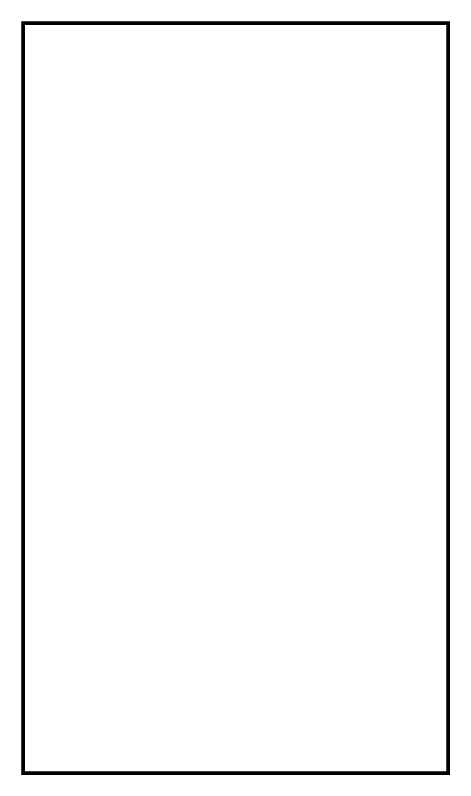
The draw.io diagram page "Homepage - Above the fold" (1 of 2) of Mobile.drawio in rvkroots/wireframe, before the edit. Source tidied: cells renumbered, new cells numbered last; positions are measured from the earlier drawing's top-left corner, leaving out a move shared by most shapes. Both pictures are drawn from the tidied source at 125%, with x=0, y=0 at pixel (22, 22).
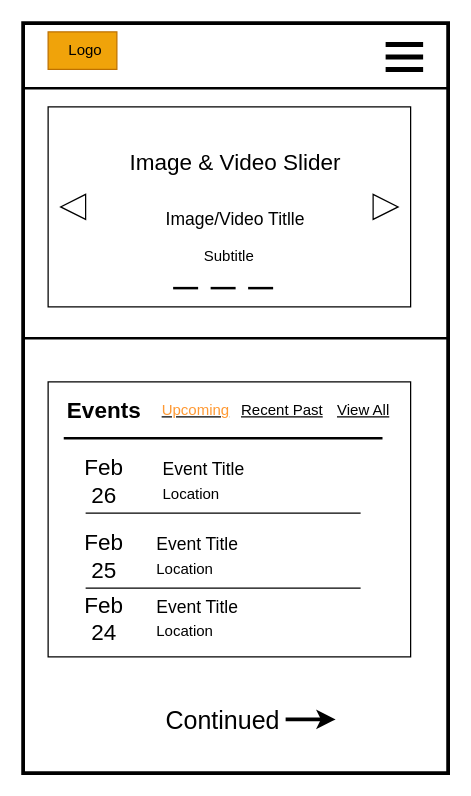
After the change.

Change to the diagram source:
```diff
@@
+    <mxCell id="3" style="rounded=0;whiteSpace=wrap;html=1;" parent="1" vertex="1">
+      <mxGeometry x="20" y="67" width="290" height="160" as="geometry" />
+    </mxCell>
+    <mxCell id="4" value="&lt;font style=&quot;font-size: 18px&quot;&gt;Image &amp;amp; Video Slider&lt;/font&gt;" style="text;html=1;strokeColor=none;fillColor=none;align=center;verticalAlign=middle;whiteSpace=wrap;rounded=0;" parent="1" vertex="1">
+      <mxGeometry x="80" y="87" width="180" height="50" as="geometry" />
+    </mxCell>
+    <mxCell id="5" value="&lt;font style=&quot;font-size: 14px&quot;&gt;Image/Video Titlle&lt;/font&gt;" style="text;html=1;strokeColor=none;fillColor=none;align=center;verticalAlign=middle;whiteSpace=wrap;rounded=0;" parent="1" vertex="1">
+      <mxGeometry x="80" y="137" width="180" height="40" as="geometry" />
+    </mxCell>
+    <mxCell id="6" value="&lt;span&gt;Subtitle&lt;/span&gt;" style="text;html=1;strokeColor=none;fillColor=none;align=center;verticalAlign=middle;whiteSpace=wrap;rounded=0;" parent="1" vertex="1">
+      <mxGeometry x="145" y="177" width="40" height="20" as="geometry" />
+    </mxCell>
+    <mxCell id="7" style="line;strokeWidth=2;html=1;" parent="1" vertex="1">
+      <mxGeometry x="120" y="207" width="20" height="10" as="geometry" />
+    </mxCell>
+    <mxCell id="8" style="line;strokeWidth=2;html=1;" parent="1" vertex="1">
+      <mxGeometry x="150" y="207" width="20" height="10" as="geometry" />
+    </mxCell>
+    <mxCell id="9" style="line;strokeWidth=2;html=1;" parent="1" vertex="1">
+      <mxGeometry x="180" y="207" width="20" height="10" as="geometry" />
+    </mxCell>
+    <mxCell id="10" style="triangle;whiteSpace=wrap;html=1;" parent="1" vertex="1">
+      <mxGeometry x="280" y="137" width="20" height="20" as="geometry" />
+    </mxCell>
+    <mxCell id="11" style="triangle;whiteSpace=wrap;html=1;direction=west;" parent="1" vertex="1">
+      <mxGeometry x="30" y="137" width="20" height="20" as="geometry" />
+    </mxCell>
+    <mxCell id="12" style="line;strokeWidth=2;html=1;" parent="1" vertex="1">
+      <mxGeometry y="247" width="340" height="10" as="geometry" />
+    </mxCell>
+    <mxCell id="13" style="rounded=0;whiteSpace=wrap;html=1;" parent="1" vertex="1">
+      <mxGeometry x="20" y="287" width="290" height="220" as="geometry" />
+    </mxCell>
+    <mxCell id="14" style="line;strokeWidth=2;html=1;" parent="1" vertex="1">
+      <mxGeometry x="32.5" y="327" width="255" height="10" as="geometry" />
+    </mxCell>
+    <mxCell id="15" value="&lt;b&gt;&lt;font style=&quot;font-size: 18px&quot;&gt;Events&lt;/font&gt;&lt;/b&gt;" style="text;html=1;strokeColor=none;fillColor=none;align=center;verticalAlign=middle;whiteSpace=wrap;rounded=0;" parent="1" vertex="1">
+      <mxGeometry x="40" y="300" width="50" height="20" as="geometry" />
+    </mxCell>
+    <mxCell id="16" value="&lt;u&gt;&lt;font color=&quot;#ff9933&quot;&gt;Upcoming&lt;/font&gt;&lt;/u&gt;&amp;nbsp;" style="text;html=1;strokeColor=none;fillColor=none;align=center;verticalAlign=middle;whiteSpace=wrap;rounded=0;" parent="1" vertex="1">
+      <mxGeometry x="120" y="300" width="40" height="20" as="geometry" />
+    </mxCell>
+    <mxCell id="17" value="&lt;u&gt;Recent Past&lt;/u&gt;" style="text;html=1;strokeColor=none;fillColor=none;align=center;verticalAlign=middle;whiteSpace=wrap;rounded=0;" parent="1" vertex="1">
+      <mxGeometry x="170" y="300" width="75" height="20" as="geometry" />
+    </mxCell>
+    <mxCell id="18" value="&lt;u&gt;View All&lt;/u&gt;" style="text;html=1;strokeColor=none;fillColor=none;align=center;verticalAlign=middle;whiteSpace=wrap;rounded=0;" parent="1" vertex="1">
+      <mxGeometry x="235" y="300" width="75" height="20" as="geometry" />
+    </mxCell>
+    <mxCell id="19" style="line;strokeWidth=1;html=1;" parent="1" vertex="1">
+      <mxGeometry x="50" y="387" width="220" height="10" as="geometry" />
+    </mxCell>
+    <mxCell id="20" value="&lt;font style=&quot;font-size: 18px&quot;&gt;Feb&lt;br&gt;26&lt;/font&gt;" style="text;html=1;strokeColor=none;fillColor=none;align=center;verticalAlign=middle;whiteSpace=wrap;rounded=0;" parent="1" vertex="1">
+      <mxGeometry x="45" y="357" width="40" height="20" as="geometry" />
+    </mxCell>
+    <mxCell id="21" value="&lt;font style=&quot;font-size: 14px&quot;&gt;Event Title&lt;/font&gt;" style="text;html=1;strokeColor=none;fillColor=none;align=left;verticalAlign=middle;whiteSpace=wrap;rounded=0;" parent="1" vertex="1">
+      <mxGeometry x="110" y="347" width="80" height="20" as="geometry" />
+    </mxCell>
+    <mxCell id="22" value="&lt;font style=&quot;font-size: 12px&quot;&gt;Location&lt;/font&gt;" style="text;html=1;strokeColor=none;fillColor=none;align=left;verticalAlign=middle;whiteSpace=wrap;rounded=0;" parent="1" vertex="1">
+      <mxGeometry x="110" y="367" width="80" height="20" as="geometry" />
+    </mxCell>
+    <mxCell id="23" style="line;strokeWidth=1;html=1;" parent="1" vertex="1">
+      <mxGeometry x="50" y="447" width="220" height="10" as="geometry" />
+    </mxCell>
+    <mxCell id="24" value="&lt;font style=&quot;font-size: 18px&quot;&gt;Feb&lt;br&gt;25&lt;/font&gt;" style="text;html=1;strokeColor=none;fillColor=none;align=center;verticalAlign=middle;whiteSpace=wrap;rounded=0;" parent="1" vertex="1">
+      <mxGeometry x="45" y="417" width="40" height="20" as="geometry" />
+    </mxCell>
+    <mxCell id="25" value="&lt;font style=&quot;font-size: 14px&quot;&gt;Event Title&lt;/font&gt;" style="text;html=1;strokeColor=none;fillColor=none;align=left;verticalAlign=middle;whiteSpace=wrap;rounded=0;" parent="1" vertex="1">
+      <mxGeometry x="105" y="407" width="80" height="20" as="geometry" />
+    </mxCell>
+    <mxCell id="26" value="&lt;font style=&quot;font-size: 12px&quot;&gt;Location&lt;/font&gt;" style="text;html=1;strokeColor=none;fillColor=none;align=left;verticalAlign=middle;whiteSpace=wrap;rounded=0;" parent="1" vertex="1">
+      <mxGeometry x="105" y="427" width="80" height="20" as="geometry" />
+    </mxCell>
+    <mxCell id="27" value="&lt;font style=&quot;font-size: 18px&quot;&gt;Feb&lt;br&gt;24&lt;/font&gt;" style="text;html=1;strokeColor=none;fillColor=none;align=center;verticalAlign=middle;whiteSpace=wrap;rounded=0;" parent="1" vertex="1">
+      <mxGeometry x="45" y="467" width="40" height="20" as="geometry" />
+    </mxCell>
+    <mxCell id="28" value="&lt;font style=&quot;font-size: 14px&quot;&gt;Event Title&lt;/font&gt;" style="text;html=1;strokeColor=none;fillColor=none;align=left;verticalAlign=middle;whiteSpace=wrap;rounded=0;" parent="1" vertex="1">
+      <mxGeometry x="105" y="457" width="80" height="20" as="geometry" />
+    </mxCell>
+    <mxCell id="29" value="&lt;font style=&quot;font-size: 12px&quot;&gt;Location&lt;/font&gt;" style="text;html=1;strokeColor=none;fillColor=none;align=left;verticalAlign=middle;whiteSpace=wrap;rounded=0;" parent="1" vertex="1">
+      <mxGeometry x="105" y="477" width="80" height="20" as="geometry" />
+    </mxCell>
+    <mxCell id="30" value="&lt;font style=&quot;font-size: 20px&quot;&gt;Continued&lt;/font&gt;" style="text;html=1;strokeColor=none;fillColor=none;align=center;verticalAlign=middle;whiteSpace=wrap;rounded=0;" parent="1" vertex="1">
+      <mxGeometry x="140" y="547" width="40" height="20" as="geometry" />
+    </mxCell>
+    <mxCell id="31" style="line;strokeWidth=2;html=1;" parent="1" vertex="1">
+      <mxGeometry y="47" width="340" height="10" as="geometry" />
+    </mxCell>
+    <mxCell id="32" style="rounded=0;whiteSpace=wrap;html=1;strokeWidth=1;fillColor=#f0a30a;strokeColor=#BD7000;fontColor=#ffffff;" parent="1" vertex="1">
+      <mxGeometry x="20" y="7" width="55" height="30" as="geometry" />
+    </mxCell>
+    <mxCell id="33" value="Logo" style="text;html=1;strokeColor=none;fillColor=none;align=center;verticalAlign=middle;whiteSpace=wrap;rounded=0;" parent="1" vertex="1">
+      <mxGeometry x="30" y="12" width="40" height="20" as="geometry" />
+    </mxCell>
+    <mxCell id="34" style="line;strokeWidth=4;html=1;" parent="1" vertex="1">
+      <mxGeometry x="290" y="12" width="30" height="10" as="geometry" />
+    </mxCell>
+    <mxCell id="35" style="line;strokeWidth=4;html=1;" parent="1" vertex="1">
+      <mxGeometry x="290" y="22" width="30" height="10" as="geometry" />
+    </mxCell>
+    <mxCell id="36" style="line;strokeWidth=4;html=1;" parent="1" vertex="1">
+      <mxGeometry x="290" y="32" width="30" height="10" as="geometry" />
+    </mxCell>
+    <mxCell id="37" style="endArrow=classic;html=1;strokeWidth=3;" parent="1" edge="1">
+      <mxGeometry relative="1" as="geometry">
+        <mxPoint x="210" y="557" as="sourcePoint" />
+        <mxPoint x="250" y="557" as="targetPoint" />
+      </mxGeometry>
+    </mxCell>
```
